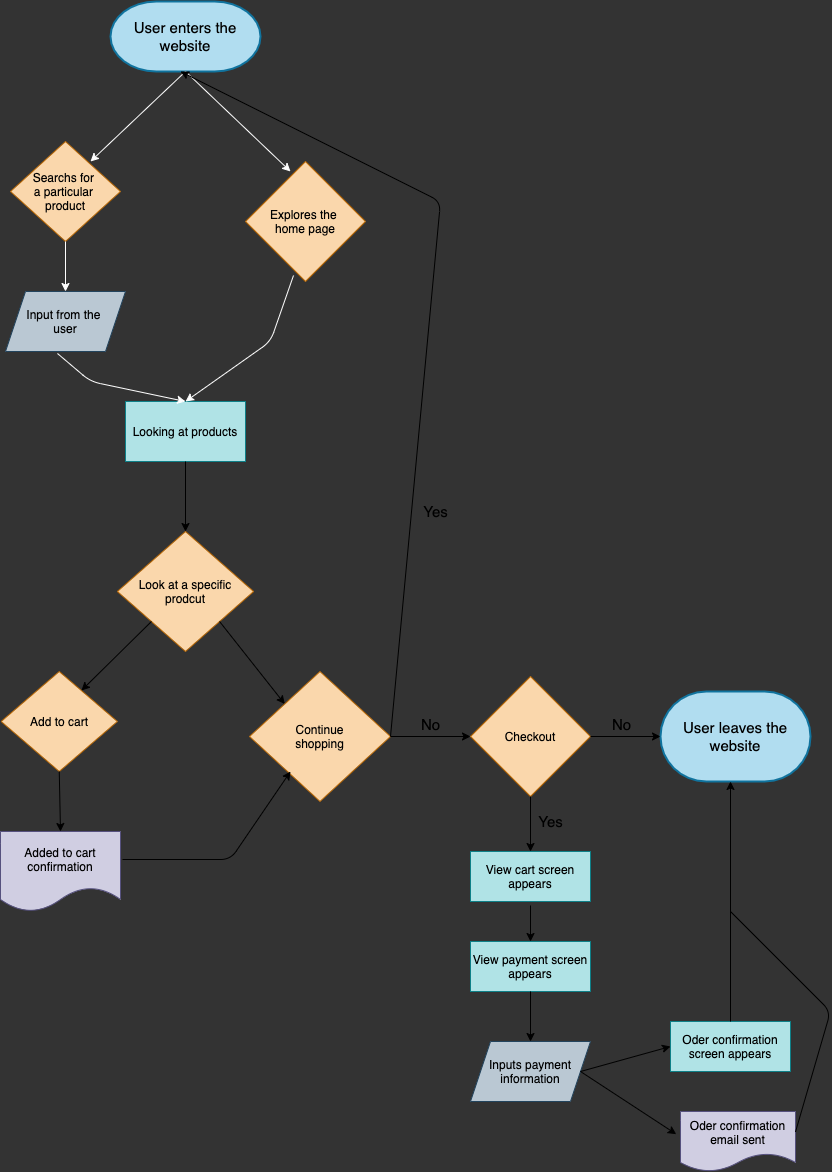
This is explore/diagramming/diagram.drawio.png from patibrewala/fa21-cse110-lab4, a draw.io export, as it was before one commit. Source tidied: cells renumbered, new cells last; positions are measured from the earlier drawing's top-left corner, leaving out a move shared by most shapes.
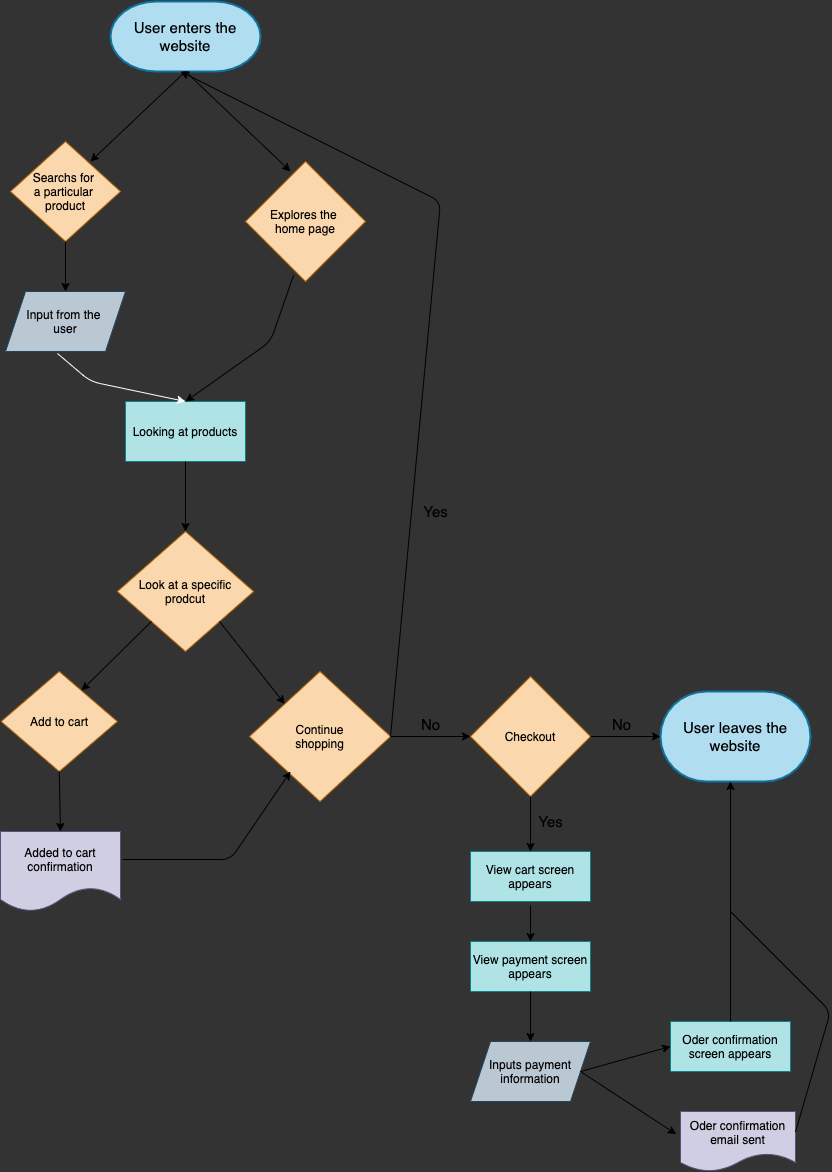
The same file after the commit.

Commit message:
figuring out lines

What changed in the source:
```diff
@@ -5,10 +5,10 @@
     <mxCell id="2" value="&lt;font style=&quot;font-size: 15px&quot; color=&quot;#000000&quot;&gt;User enters the website&lt;/font&gt;" style="strokeWidth=2;html=1;shape=mxgraph.flowchart.terminator;whiteSpace=wrap;fillColor=#b1ddf0;strokeColor=#10739e;" parent="1" vertex="1">
       <mxGeometry x="110" width="150" height="70" as="geometry" />
     </mxCell>
-    <mxCell id="3" style="endArrow=classic;html=1;exitX=0.5;exitY=1;exitDx=0;exitDy=0;exitPerimeter=0;entryX=0.375;entryY=0.083;entryDx=0;entryDy=0;entryPerimeter=0;strokeColor=#FFFFFF;labelBackgroundColor=#ffffff;" parent="1" edge="1" source="2" target="6">
+    <mxCell id="3" style="endArrow=classic;html=1;exitX=0.5;exitY=1;exitDx=0;exitDy=0;exitPerimeter=0;entryX=0.375;entryY=0.083;entryDx=0;entryDy=0;entryPerimeter=0;labelBackgroundColor=#ffffff;strokeColor=#000000;" parent="1" edge="1" source="2" target="6">
       <mxGeometry relative="1" as="geometry" />
     </mxCell>
-    <mxCell id="4" style="endArrow=classic;html=1;exitX=0.5;exitY=1;exitDx=0;exitDy=0;exitPerimeter=0;fontColor=#000000;strokeColor=#FFFFFF;labelBackgroundColor=#FFFFFF;" parent="1" edge="1" source="2">
+    <mxCell id="4" style="endArrow=classic;html=1;exitX=0.5;exitY=1;exitDx=0;exitDy=0;exitPerimeter=0;fontColor=#000000;labelBackgroundColor=#FFFFFF;strokeColor=#000000;" parent="1" edge="1" source="2">
       <mxGeometry relative="1" as="geometry">
         <mxPoint x="90" y="160" as="targetPoint" />
       </mxGeometry>
@@ -22,13 +22,13 @@
     <mxCell id="7" value="Input from the &lt;br&gt;user" style="shape=parallelogram;perimeter=parallelogramPerimeter;whiteSpace=wrap;html=1;fixedSize=1;fillColor=#bac8d3;strokeColor=#23445d;fontColor=#000000;" parent="1" vertex="1">
       <mxGeometry x="5" y="290" width="120" height="60" as="geometry" />
     </mxCell>
-    <mxCell id="8" style="endArrow=classic;html=1;exitX=0.5;exitY=1;exitDx=0;exitDy=0;entryX=0.5;entryY=0;entryDx=0;entryDy=0;strokeColor=#FFFFFF;labelBackgroundColor=#ffffff;" parent="1" edge="1" source="5" target="7">
+    <mxCell id="8" style="endArrow=classic;html=1;exitX=0.5;exitY=1;exitDx=0;exitDy=0;entryX=0.5;entryY=0;entryDx=0;entryDy=0;labelBackgroundColor=#ffffff;strokeColor=#000000;" parent="1" edge="1" source="5" target="7">
       <mxGeometry relative="1" as="geometry" />
     </mxCell>
     <mxCell id="9" value="Looking at products" style="rounded=0;whiteSpace=wrap;html=1;fillColor=#b0e3e6;strokeColor=#0e8088;fontColor=#000000;" parent="1" vertex="1">
       <mxGeometry x="125" y="400" width="120" height="60" as="geometry" />
     </mxCell>
-    <mxCell id="10" style="endArrow=classic;html=1;fontColor=#000000;entryX=0.5;entryY=0;entryDx=0;entryDy=0;exitX=0.4;exitY=0.95;exitDx=0;exitDy=0;exitPerimeter=0;strokeColor=#FFFFFF;labelBackgroundColor=#ffffff;" parent="1" edge="1" source="6" target="9">
+    <mxCell id="10" style="endArrow=classic;html=1;fontColor=#000000;entryX=0.5;entryY=0;entryDx=0;entryDy=0;exitX=0.4;exitY=0.95;exitDx=0;exitDy=0;exitPerimeter=0;labelBackgroundColor=#ffffff;strokeColor=#000000;" parent="1" edge="1" source="6" target="9">
       <mxGeometry relative="1" as="geometry">
         <Array as="points">
           <mxPoint x="270" y="340" />
@@ -69,7 +69,7 @@
         </Array>
       </mxGeometry>
     </mxCell>
-    <mxCell id="20" style="endArrow=classic;html=1;fontColor=#000000;exitX=1;exitY=0.5;exitDx=0;exitDy=0;labelBackgroundColor=#ffffff;" parent="1" edge="1" source="17">
+    <mxCell id="20" style="endArrow=classic;html=1;fontColor=#000000;exitX=1;exitY=0.5;exitDx=0;exitDy=0;labelBackgroundColor=#ffffff;strokeColor=#000000;" parent="1" edge="1" source="17">
       <mxGeometry relative="1" as="geometry">
         <mxPoint x="180" y="70" as="targetPoint" />
         <Array as="points">
```
